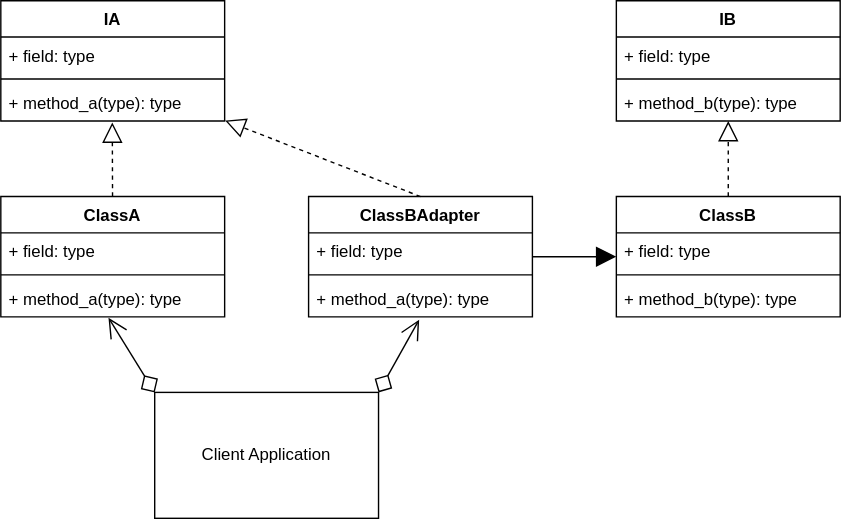
The draw.io diagram img/adapter_concept.svg in Sean-Bradley/Design-Patterns-In-Python, before a commit. Source tidied: cells renumbered, new cells last; positions are measured from the earlier drawing's top-left corner, leaving out a move shared by most shapes. Its diagram source:
```xml
<mxGraphModel>
  <root>
    <mxCell id="0" />
    <mxCell id="1" parent="0" />
    <mxCell id="2" style="rounded=0;jettySize=auto;html=1;endArrow=block;endFill=0;dashed=1;startSize=6;endSize=12;entryX=0.498;entryY=1.04;entryDx=0;entryDy=0;entryPerimeter=0;" parent="1" edge="1" source="12" target="11">
      <mxGeometry relative="1" as="geometry" />
    </mxCell>
    <mxCell id="3" value="Client Application" style="rounded=0;whiteSpace=wrap;html=1;" parent="1" vertex="1">
      <mxGeometry x="110" y="280" width="160" height="90" as="geometry" />
    </mxCell>
    <mxCell id="4" style="endArrow=diamond;endFill=0;endSize=12;html=1;startArrow=open;startFill=0;exitX=0.481;exitY=1.026;exitDx=0;exitDy=0;exitPerimeter=0;entryX=0;entryY=0;entryDx=0;entryDy=0;startSize=12;" parent="1" edge="1" source="15" target="3">
      <mxGeometry relative="1" as="geometry" />
    </mxCell>
    <mxCell id="5" style="rounded=0;jettySize=auto;html=1;endArrow=block;endFill=0;dashed=1;startSize=6;endSize=12;exitX=0.5;exitY=0;exitDx=0;exitDy=0;" parent="1" edge="1" source="16" target="23">
      <mxGeometry relative="1" as="geometry" />
    </mxCell>
    <mxCell id="6" style="endArrow=none;endFill=0;endSize=18;html=1;startArrow=block;startFill=1;startSize=12;" parent="1" edge="1" source="16" target="24">
      <mxGeometry relative="1" as="geometry" />
    </mxCell>
    <mxCell id="7" style="endArrow=diamond;endFill=0;endSize=12;html=1;startArrow=open;startFill=0;exitX=0.494;exitY=1.077;exitDx=0;exitDy=0;exitPerimeter=0;entryX=1;entryY=0;entryDx=0;entryDy=0;startSize=12;" parent="1" edge="1" source="27" target="3">
      <mxGeometry relative="1" as="geometry" />
    </mxCell>
    <mxCell id="8" value="IA" style="swimlane;fontStyle=1;align=center;verticalAlign=top;horizontal=1;startSize=26;" parent="1" vertex="1">
      <mxGeometry width="160" height="86" as="geometry" />
    </mxCell>
    <mxCell id="9" value="+ field: type" style="text;strokeColor=none;fillColor=none;align=left;verticalAlign=top;spacingLeft=4;spacingRight=4;overflow=hidden;" parent="8" vertex="1">
      <mxGeometry y="26" width="160" height="26" as="geometry" />
    </mxCell>
    <mxCell id="10" style="line;strokeWidth=1;fillColor=none;align=left;verticalAlign=middle;spacingTop=-1;spacingLeft=3;spacingRight=3;labelPosition=right;" parent="8" vertex="1">
      <mxGeometry y="52" width="160" height="8" as="geometry" />
    </mxCell>
    <mxCell id="11" value="+ method_a(type): type" style="text;strokeColor=none;fillColor=none;align=left;verticalAlign=top;spacingLeft=4;spacingRight=4;overflow=hidden;points=[[0,0.5],[1,0.5]];portConstraint=eastwest;" parent="8" vertex="1">
      <mxGeometry y="60" width="160" height="26" as="geometry" />
    </mxCell>
    <mxCell id="12" value="ClassA" style="swimlane;fontStyle=1;align=center;verticalAlign=top;horizontal=1;startSize=26;" parent="1" vertex="1">
      <mxGeometry y="140" width="160" height="86" as="geometry" />
    </mxCell>
    <mxCell id="13" value="+ field: type" style="text;strokeColor=none;fillColor=none;align=left;verticalAlign=top;spacingLeft=4;spacingRight=4;overflow=hidden;" parent="12" vertex="1">
      <mxGeometry y="26" width="160" height="26" as="geometry" />
    </mxCell>
    <mxCell id="14" style="line;strokeWidth=1;fillColor=none;align=left;verticalAlign=middle;spacingTop=-1;spacingLeft=3;spacingRight=3;labelPosition=right;" parent="12" vertex="1">
      <mxGeometry y="52" width="160" height="8" as="geometry" />
    </mxCell>
    <mxCell id="15" value="+ method_a(type): type" style="text;strokeColor=none;fillColor=none;align=left;verticalAlign=top;spacingLeft=4;spacingRight=4;overflow=hidden;points=[[0,0.5],[1,0.5]];portConstraint=eastwest;" parent="12" vertex="1">
      <mxGeometry y="60" width="160" height="26" as="geometry" />
    </mxCell>
    <mxCell id="16" value="ClassB" style="swimlane;fontStyle=1;align=center;verticalAlign=top;horizontal=1;startSize=26;" parent="1" vertex="1">
      <mxGeometry x="440" y="140" width="160" height="86" as="geometry" />
    </mxCell>
    <mxCell id="17" value="+ field: type" style="text;strokeColor=none;fillColor=none;align=left;verticalAlign=top;spacingLeft=4;spacingRight=4;overflow=hidden;" parent="16" vertex="1">
      <mxGeometry y="26" width="160" height="26" as="geometry" />
    </mxCell>
    <mxCell id="18" style="line;strokeWidth=1;fillColor=none;align=left;verticalAlign=middle;spacingTop=-1;spacingLeft=3;spacingRight=3;labelPosition=right;" parent="16" vertex="1">
      <mxGeometry y="52" width="160" height="8" as="geometry" />
    </mxCell>
    <mxCell id="19" value="+ method_b(type): type" style="text;strokeColor=none;fillColor=none;align=left;verticalAlign=top;spacingLeft=4;spacingRight=4;overflow=hidden;" parent="16" vertex="1">
      <mxGeometry y="60" width="160" height="26" as="geometry" />
    </mxCell>
    <mxCell id="20" value="IB" style="swimlane;fontStyle=1;align=center;verticalAlign=top;horizontal=1;startSize=26;" parent="1" vertex="1">
      <mxGeometry x="440" width="160" height="86" as="geometry" />
    </mxCell>
    <mxCell id="21" value="+ field: type" style="text;strokeColor=none;fillColor=none;align=left;verticalAlign=top;spacingLeft=4;spacingRight=4;overflow=hidden;" parent="20" vertex="1">
      <mxGeometry y="26" width="160" height="26" as="geometry" />
    </mxCell>
    <mxCell id="22" style="line;strokeWidth=1;fillColor=none;align=left;verticalAlign=middle;spacingTop=-1;spacingLeft=3;spacingRight=3;labelPosition=right;" parent="20" vertex="1">
      <mxGeometry y="52" width="160" height="8" as="geometry" />
    </mxCell>
    <mxCell id="23" value="+ method_b(type): type" style="text;strokeColor=none;fillColor=none;align=left;verticalAlign=top;spacingLeft=4;spacingRight=4;overflow=hidden;points=[[0,0.5],[1,0.5]];portConstraint=eastwest;" parent="20" vertex="1">
      <mxGeometry y="60" width="160" height="26" as="geometry" />
    </mxCell>
    <mxCell id="24" value="ClassBAdapter" style="swimlane;fontStyle=1;align=center;verticalAlign=top;horizontal=1;startSize=26;" parent="1" vertex="1">
      <mxGeometry x="220" y="140" width="160" height="86" as="geometry" />
    </mxCell>
    <mxCell id="25" value="+ field: type" style="text;strokeColor=none;fillColor=none;align=left;verticalAlign=top;spacingLeft=4;spacingRight=4;overflow=hidden;" parent="24" vertex="1">
      <mxGeometry y="26" width="160" height="26" as="geometry" />
    </mxCell>
    <mxCell id="26" style="line;strokeWidth=1;fillColor=none;align=left;verticalAlign=middle;spacingTop=-1;spacingLeft=3;spacingRight=3;labelPosition=right;" parent="24" vertex="1">
      <mxGeometry y="52" width="160" height="8" as="geometry" />
    </mxCell>
    <mxCell id="27" value="+ method_a(type): type" style="text;strokeColor=none;fillColor=none;align=left;verticalAlign=top;spacingLeft=4;spacingRight=4;overflow=hidden;points=[[0,0.5],[1,0.5]];portConstraint=eastwest;" parent="24" vertex="1">
      <mxGeometry y="60" width="160" height="26" as="geometry" />
    </mxCell>
    <mxCell id="28" style="rounded=0;jettySize=auto;html=1;endArrow=block;endFill=0;dashed=1;startSize=6;endSize=12;exitX=0.5;exitY=0;exitDx=0;exitDy=0;entryX=1.002;entryY=0.987;entryDx=0;entryDy=0;entryPerimeter=0;" parent="1" edge="1" source="24" target="11">
      <mxGeometry relative="1" as="geometry" />
    </mxCell>
  </root>
</mxGraphModel>
```
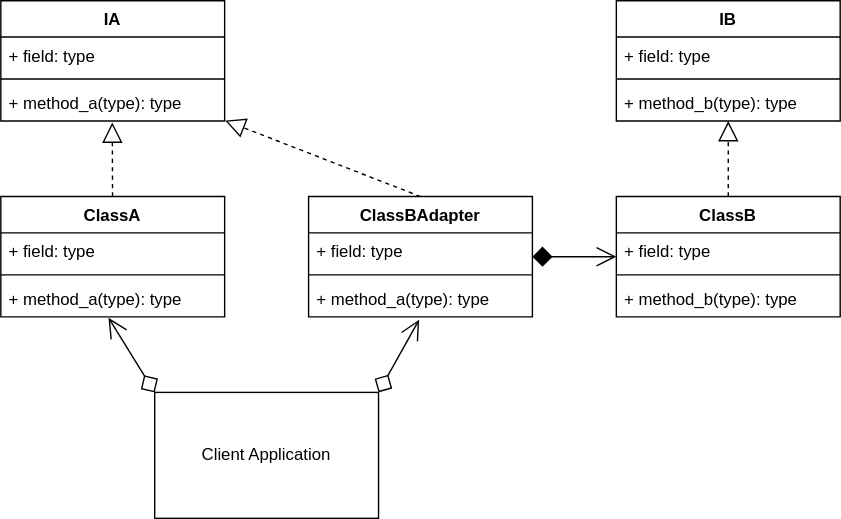
The same file after the commit.

What changed in the source:
```diff
@@ -14,7 +14,7 @@
     <mxCell id="5" style="rounded=0;jettySize=auto;html=1;endArrow=block;endFill=0;dashed=1;startSize=6;endSize=12;exitX=0.5;exitY=0;exitDx=0;exitDy=0;" parent="1" edge="1" source="16" target="23">
       <mxGeometry relative="1" as="geometry" />
     </mxCell>
-    <mxCell id="6" style="endArrow=none;endFill=0;endSize=18;html=1;startArrow=block;startFill=1;startSize=12;" parent="1" edge="1" source="16" target="24">
+    <mxCell id="6" style="endArrow=diamond;endFill=1;endSize=12;html=1;startArrow=open;startFill=0;startSize=12;" parent="1" edge="1" source="16" target="24">
       <mxGeometry relative="1" as="geometry" />
     </mxCell>
     <mxCell id="7" style="endArrow=diamond;endFill=0;endSize=12;html=1;startArrow=open;startFill=0;exitX=0.494;exitY=1.077;exitDx=0;exitDy=0;exitPerimeter=0;entryX=1;entryY=0;entryDx=0;entryDy=0;startSize=12;" parent="1" edge="1" source="27" target="3">
```
